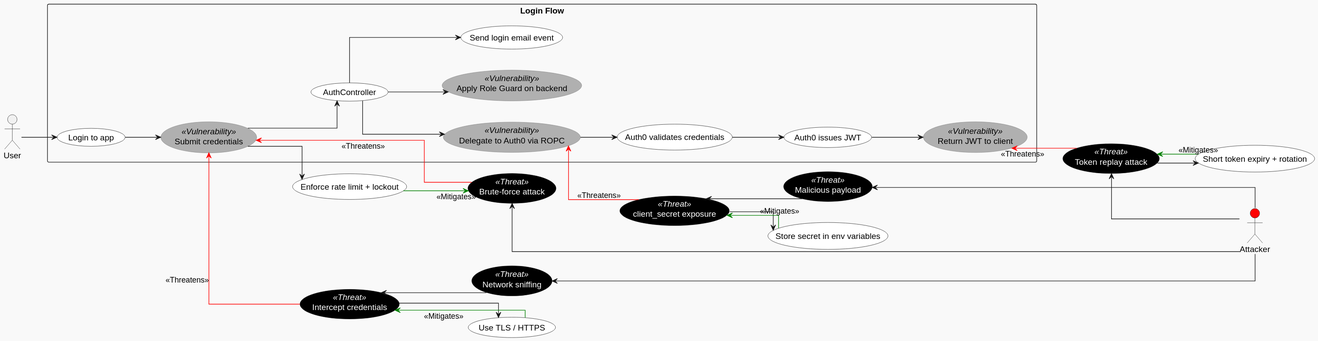
Earlier version of the PlantUML export Deliverables/Phase1/UseCases/UC1_Login/resources/UseAbuseCases1.svg (mei-desofs/desofs2026-wed_nap_1-1).
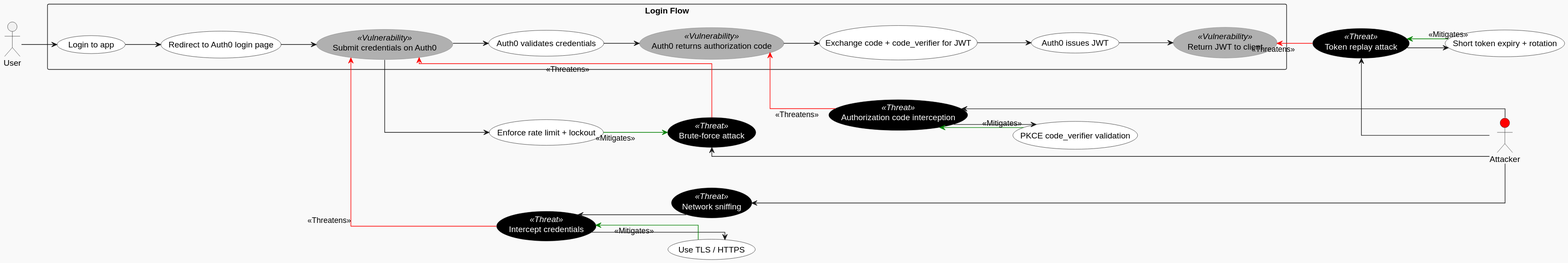
After the commit.

Commit message:
fix image UC1 - SD & Use/abuse Case, fix attack tree 1 & 5

What changed in the source:
```diff
@@ -35,46 +35,42 @@
 
 rectangle "Login Flow" {
   User --> (Login to app)
-  (Login to app) --> (Submit credentials)
-  (Submit credentials) --> (AuthController)
-  (AuthController) --> (Delegate to Auth0 via ROPC) <<External>>
-  (Delegate to Auth0 via ROPC) --> (Auth0 validates credentials) <<External>>
-  (Auth0 validates credentials) --> (Auth0 issues JWT) <<External>>
+  (Login to app) --> (Redirect to Auth0 login page)
+  (Redirect to Auth0 login page) --> (Submit credentials on Auth0) <<External>>
+  (Submit credentials on Auth0) --> (Auth0 validates credentials) <<External>>
+  (Auth0 validates credentials) --> (Auth0 returns authorization code) <<External>>
+  (Auth0 returns authorization code) --> (Exchange code + code_verifier for JWT) <<External>>
+  (Exchange code + code_verifier for JWT) --> (Auth0 issues JWT) <<External>>
   (Auth0 issues JWT) --> (Return JWT to client) <<Mitigation>>
-  (AuthController) --> (Apply Role Guard on backend) <<Mitigation>>
-  (AuthController) --> (Send login email event) <<External>>
 }
 
-(Submit credentials) <<Vulnerability>>
-(Delegate to Auth0 via ROPC) <<Vulnerability>>
+(Submit credentials on Auth0) <<Vulnerability>>
 (Return JWT to client) <<Vulnerability>>
-(Apply Role Guard on backend) <<Vulnerability>>
+(Auth0 returns authorization code) <<Vulnerability>>
 
 (Brute-force attack) <<Threat>>
 (Network sniffing) <<Threat>>
 (Intercept credentials) <<Threat>>
-(client_secret exposure) <<Threat>>
+(Authorization code interception) <<Threat>>
 (Token replay attack) <<Threat>>
-(Malicious payload) <<Threat>>
 
-(Submit credentials) <-- (Brute-force attack) #red : <<Threatens>>
-(Submit credentials) <-- (Intercept credentials) #red : <<Threatens>>
+(Submit credentials on Auth0) <-- (Brute-force attack) #red : <<Threatens>>
+(Submit credentials on Auth0) <-- (Intercept credentials) #red : <<Threatens>>
 (Intercept credentials) <-- (Network sniffing) <<Threat>>
 (Network sniffing) <-- Attacker
 (Brute-force attack) <-- Attacker
-(Delegate to Auth0 via ROPC) <-- (client_secret exposure) #red : <<Threatens>>
-(client_secret exposure) <-- (Malicious payload) <<Threat>>
-(Malicious payload) <-- Attacker
+(Auth0 returns authorization code) <-- (Authorization code interception) #red : <<Threatens>>
+(Authorization code interception) <-- Attacker
 (Return JWT to client) <-- (Token replay attack) #red : <<Threatens>>
 (Token replay attack) <-- Attacker
 
-(Submit credentials) --> (Enforce rate limit + lockout) <<Mitigation>>
+(Submit credentials on Auth0) --> (Enforce rate limit + lockout) <<Mitigation>>
 (Intercept credentials) --> (Use TLS / HTTPS) <<Mitigation>>
-(client_secret exposure) --> (Store secret in env variables) <<Mitigation>>
+(Authorization code interception) --> (PKCE code_verifier validation) <<Mitigation>>
 (Token replay attack) --> (Short token expiry + rotation) <<Mitigation>>
 
 (Enforce rate limit + lockout) --> (Brute-force attack) #green : <<Mitigates>>
 (Use TLS / HTTPS) --> (Intercept credentials) #green : <<Mitigates>>
-(Store secret in env variables) --> (client_secret exposure) #green : <<Mitigates>>
+(PKCE code_verifier validation) --> (Authorization code interception) #green : <<Mitigates>>
 (Short token expiry + rotation) --> (Token replay attack) #green : <<Mitigates>>
 @enduml
```
